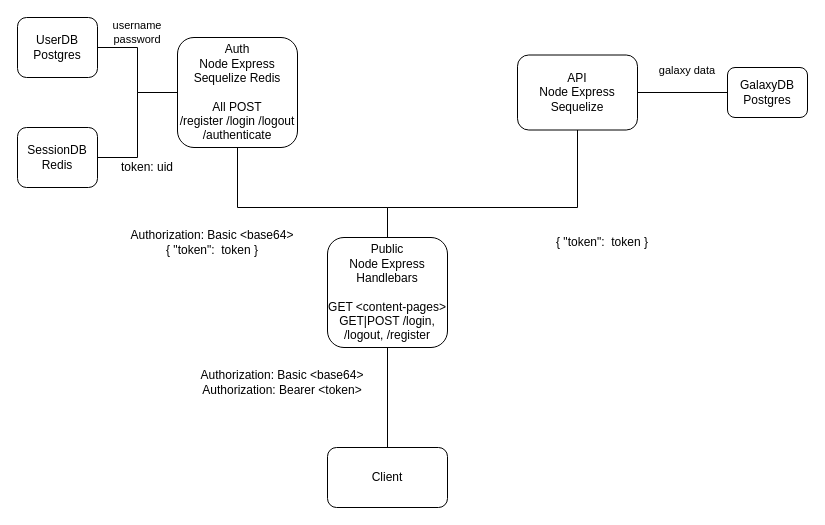
Above: system_diagram.drawio in sarahmarkland/galaxy_atlas (draw.io), before the change. Source tidied: cells renumbered, new cells numbered last; positions are measured from the earlier drawing's top-left corner, leaving out a move shared by most shapes. Both pictures are drawn from the tidied source at 100%, with x=0, y=0 at pixel (17, 17).
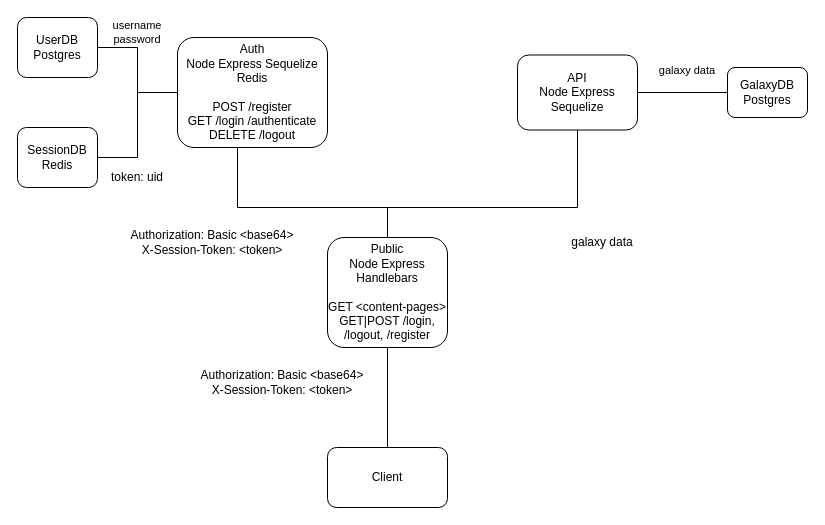
The same page after the edit.

Commit message (it also covers changes not shown here):
Change route methods, Update system_diagram, add secret env

What changed in the source:
```diff
@@
-    <mxCell id="4" value="&lt;div&gt;Auth&lt;/div&gt;&lt;div&gt;Node Express Sequelize Redis&lt;br&gt;&lt;/div&gt;&lt;div&gt;&lt;br&gt;&lt;/div&gt;&lt;div&gt;All POST&lt;br&gt;&lt;/div&gt;&lt;div&gt;/register /login /logout /authenticate&lt;br&gt;&lt;/div&gt;" style="rounded=1;whiteSpace=wrap;html=1;" parent="1" vertex="1">
-      <mxGeometry x="160" y="20" width="120" height="110" as="geometry" />
+    <mxCell id="4" value="&lt;div&gt;Auth&lt;/div&gt;&lt;div&gt;Node Express Sequelize Redis&lt;br&gt;&lt;/div&gt;&lt;div&gt;&lt;br&gt;&lt;/div&gt;&lt;div&gt;POST /register&lt;/div&gt;&lt;div&gt;GET /login /authenticate&lt;/div&gt;&lt;div&gt;DELETE /logout &lt;/div&gt;" style="rounded=1;whiteSpace=wrap;html=1;" parent="1" vertex="1">
+      <mxGeometry x="160" y="20" width="150" height="110" as="geometry" />
     </mxCell>
@@
-    <mxCell id="9" value="&lt;div&gt;Authorization: Basic &amp;lt;base64&amp;gt;&lt;br&gt;&lt;/div&gt;&lt;div&gt;{ &quot;token&quot;:&amp;nbsp; token }&lt;/div&gt;" style="text;html=1;align=center;verticalAlign=middle;whiteSpace=wrap;rounded=0;" parent="1" vertex="1">
+    <mxCell id="9" value="&lt;div&gt;Authorization: Basic &amp;lt;base64&amp;gt;&lt;br&gt;&lt;/div&gt;&lt;div&gt;X-Session-Token: &amp;lt;token&amp;gt;&lt;br&gt;&lt;/div&gt;" style="text;html=1;align=center;verticalAlign=middle;whiteSpace=wrap;rounded=0;" parent="1" vertex="1">
       <mxGeometry x="110" y="200" width="170" height="50" as="geometry" />
     </mxCell>
@@
-    <mxCell id="14" value="{ &quot;token&quot;:&amp;nbsp; token }" style="text;html=1;align=center;verticalAlign=middle;whiteSpace=wrap;rounded=0;" parent="1" vertex="1">
+    <mxCell id="14" value="galaxy data" style="text;html=1;align=center;verticalAlign=middle;whiteSpace=wrap;rounded=0;" parent="1" vertex="1">
       <mxGeometry x="530" y="210" width="110" height="30" as="geometry" />
     </mxCell>
@@
-    <mxCell id="17" value="&lt;div&gt;Authorization: Basic &amp;lt;base64&amp;gt;&lt;br&gt;&lt;/div&gt;&lt;div&gt;Authorization: Bearer &amp;lt;token&amp;gt;&lt;br&gt;&lt;/div&gt;" style="text;html=1;align=center;verticalAlign=middle;whiteSpace=wrap;rounded=0;" parent="1" vertex="1">
+    <mxCell id="17" value="&lt;div&gt;Authorization: Basic &amp;lt;base64&amp;gt;&lt;br&gt;&lt;/div&gt;&lt;div&gt;X-Session-Token: &amp;lt;token&amp;gt;&lt;/div&gt;" style="text;html=1;align=center;verticalAlign=middle;whiteSpace=wrap;rounded=0;" parent="1" vertex="1">
       <mxGeometry x="180" y="340" width="170" height="50" as="geometry" />
     </mxCell>
     <mxCell id="18" value="token: uid" style="text;html=1;align=center;verticalAlign=middle;whiteSpace=wrap;rounded=0;" parent="1" vertex="1">
-      <mxGeometry x="100" y="140" width="60" height="20" as="geometry" />
+      <mxGeometry x="90" y="150" width="60" height="20" as="geometry" />
     </mxCell>
```
